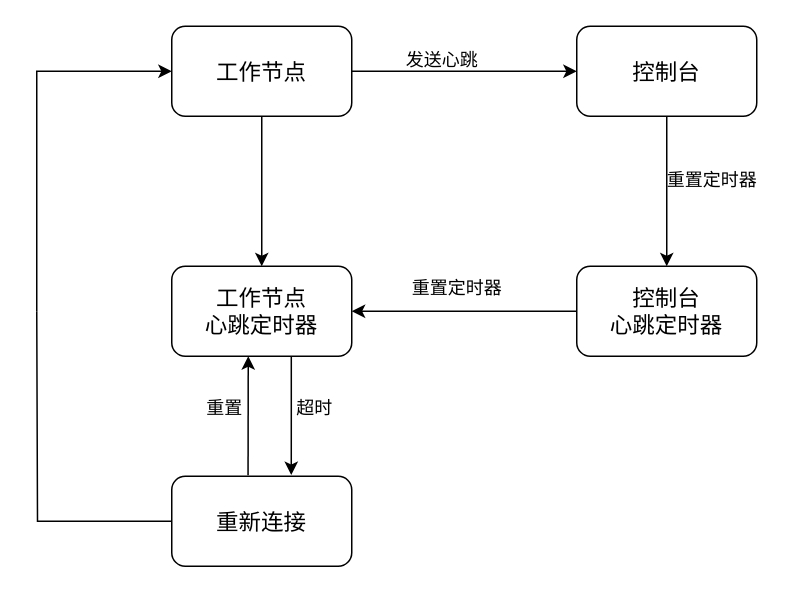
Before: 心跳.drawio in tianshengdiwangK/common, a draw.io diagram. Source tidied: cells renumbered, new cells numbered last; positions are measured from the earlier drawing's top-left corner, leaving out a move shared by most shapes. Both pictures are drawn from the tidied source at 150%, with x=0, y=0 at pixel (36, 26).
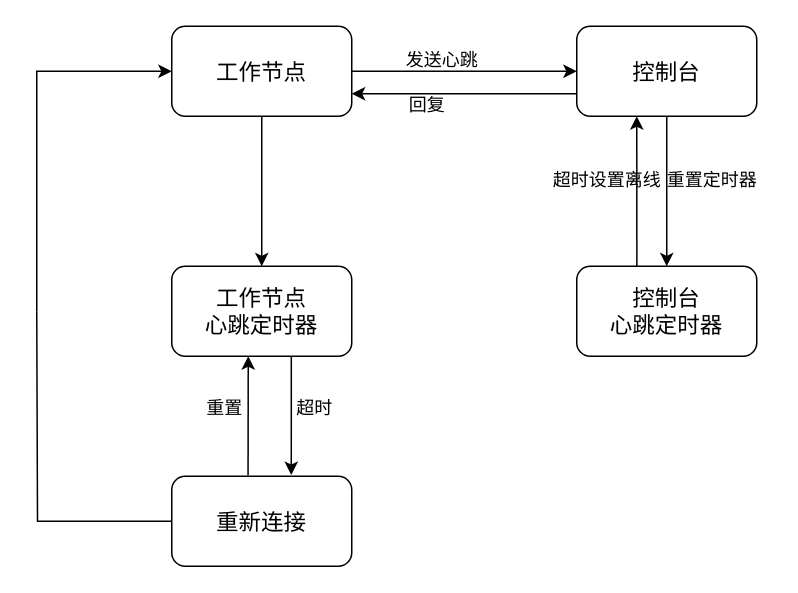
The same page after the edit.

Unchanged cells that the change refers to:
```xml
<mxCell id="4" value="&lt;font style=&quot;font-size: 15px;&quot;&gt;工作节点&lt;/font&gt;" style="rounded=1;whiteSpace=wrap;html=1;" parent="1" vertex="1">
  <mxGeometry x="90" width="120" height="60" as="geometry" />
</mxCell>
<mxCell id="6" value="&lt;font style=&quot;font-size: 15px;&quot;&gt;控制台&lt;/font&gt;" style="rounded=1;whiteSpace=wrap;html=1;" parent="1" vertex="1">
  <mxGeometry x="360" width="120" height="60" as="geometry" />
</mxCell>
<mxCell id="9" value="&lt;font style=&quot;font-size: 15px;&quot;&gt;工作节点&lt;br&gt;心跳定时器&lt;/font&gt;" style="rounded=1;whiteSpace=wrap;html=1;" parent="1" vertex="1">
  <mxGeometry x="90" y="160" width="120" height="60" as="geometry" />
</mxCell>
<mxCell id="11" value="&lt;span style=&quot;font-size: 15px;&quot;&gt;控制台&lt;br&gt;心跳定时器&lt;/span&gt;" style="rounded=1;whiteSpace=wrap;html=1;" parent="1" vertex="1">
  <mxGeometry x="360" y="160" width="120" height="60" as="geometry" />
</mxCell>
```

What changed in the source:
```diff
@@
-    <mxCell id="10" style="edgeStyle=orthogonalEdgeStyle;rounded=0;jettySize=auto;html=1;entryX=1;entryY=0.5;entryDx=0;entryDy=0;" parent="1" edge="1" source="11" target="9">
-      <mxGeometry relative="1" as="geometry" />
-    </mxCell>
@@
-    <mxCell id="16" value="重置定时器" style="text;html=1;align=center;verticalAlign=middle;strokeColor=none;fillColor=none;" parent="1" vertex="1">
-      <mxGeometry x="240" y="160" width="80" height="30" as="geometry" />
-    </mxCell>
@@
+    <mxCell id="20" style="endArrow=classic;html=1;rounded=0;exitX=0.334;exitY=-0.001;exitDx=0;exitDy=0;exitPerimeter=0;" parent="1" edge="1" source="11">
+      <mxGeometry relative="1" as="geometry">
+        <mxPoint x="400" y="60" as="targetPoint" />
+      </mxGeometry>
+    </mxCell>
+    <mxCell id="21" value="超时设置离线" style="text;html=1;align=center;verticalAlign=middle;strokeColor=none;fillColor=none;" parent="1" vertex="1">
+      <mxGeometry x="330" y="88" width="100" height="30" as="geometry" />
+    </mxCell>
+    <mxCell id="22" style="endArrow=classic;html=1;rounded=0;entryX=1;entryY=0.75;entryDx=0;entryDy=0;exitX=0;exitY=0.75;exitDx=0;exitDy=0;" parent="1" edge="1" source="6" target="4">
+      <mxGeometry relative="1" as="geometry" />
+    </mxCell>
+    <mxCell id="23" value="回复" style="text;html=1;align=center;verticalAlign=middle;strokeColor=none;fillColor=none;" parent="1" vertex="1">
+      <mxGeometry x="235" y="38" width="50" height="30" as="geometry" />
+    </mxCell>
```
